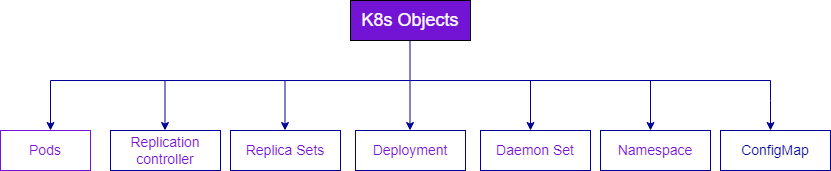
Above: Page_images/K8s_objects.drawio.png in dikshita-git/RP_Study-on-Ingress-and-its-security-IPv4-IPv6- (draw.io), before the change. Source tidied: cells renumbered, new cells last; positions are measured from the earlier drawing's top-left corner, leaving out a move shared by most shapes.
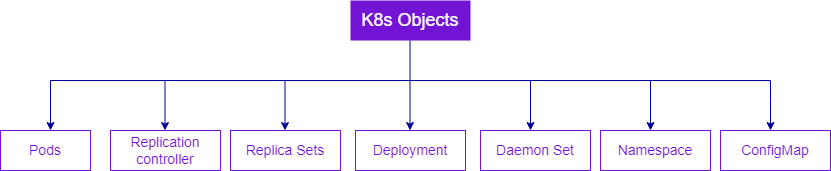
Later version of the same file.

Change to the diagram source:
```diff
@@ -2,7 +2,7 @@
   <root>
     <mxCell id="0" />
     <mxCell id="1" parent="0" />
-    <mxCell id="2" value="&lt;font style=&quot;font-size: 18px&quot; color=&quot;#ffffff&quot;&gt;K8s Objects&lt;/font&gt;" style="rounded=0;whiteSpace=wrap;html=1;fillColor=#7313D4;" parent="1" vertex="1">
+    <mxCell id="2" value="&lt;font style=&quot;font-size: 18px&quot; color=&quot;#ffffff&quot;&gt;K8s Objects&lt;/font&gt;" style="rounded=0;whiteSpace=wrap;html=1;fillColor=#7313D4;strokeColor=none;" parent="1" vertex="1">
       <mxGeometry x="350" width="120" height="40" as="geometry" />
     </mxCell>
     <mxCell id="3" style="endArrow=none;html=1;rounded=0;fontSize=18;strokeColor=#000099;" parent="1" edge="1">
@@ -65,22 +65,22 @@
     <mxCell id="12" value="&lt;font style=&quot;font-size: 14px&quot; color=&quot;#7313d4&quot;&gt;Pods&lt;/font&gt;" style="rounded=0;whiteSpace=wrap;html=1;strokeColor=#7313D4;" parent="1" vertex="1">
       <mxGeometry y="130" width="90" height="40" as="geometry" />
     </mxCell>
-    <mxCell id="13" value="&lt;font style=&quot;font-size: 14px&quot; color=&quot;#7313d4&quot;&gt;Replication controller&lt;/font&gt;" style="rounded=0;whiteSpace=wrap;html=1;strokeColor=#000099;" parent="1" vertex="1">
+    <mxCell id="13" value="&lt;font style=&quot;font-size: 14px&quot; color=&quot;#7313d4&quot;&gt;Replication controller&lt;/font&gt;" style="rounded=0;whiteSpace=wrap;html=1;strokeColor=#7313D4;" parent="1" vertex="1">
       <mxGeometry x="110" y="130" width="110" height="40" as="geometry" />
     </mxCell>
-    <mxCell id="14" value="&lt;font style=&quot;font-size: 14px&quot; color=&quot;#7313d4&quot;&gt;Replica Sets&lt;/font&gt;" style="rounded=0;whiteSpace=wrap;html=1;strokeColor=#000099;" parent="1" vertex="1">
+    <mxCell id="14" value="&lt;font style=&quot;font-size: 14px&quot; color=&quot;#7313d4&quot;&gt;Replica Sets&lt;/font&gt;" style="rounded=0;whiteSpace=wrap;html=1;strokeColor=#7313D4;" parent="1" vertex="1">
       <mxGeometry x="230" y="130" width="110" height="40" as="geometry" />
     </mxCell>
-    <mxCell id="15" value="&lt;span style=&quot;font-size: 14px&quot;&gt;&lt;font color=&quot;#7313d4&quot;&gt;Deployment&lt;/font&gt;&lt;/span&gt;" style="rounded=0;whiteSpace=wrap;html=1;strokeColor=#000099;" parent="1" vertex="1">
+    <mxCell id="15" value="&lt;span style=&quot;font-size: 14px&quot;&gt;&lt;font color=&quot;#7313d4&quot;&gt;Deployment&lt;/font&gt;&lt;/span&gt;" style="rounded=0;whiteSpace=wrap;html=1;strokeColor=#7313D4;" parent="1" vertex="1">
       <mxGeometry x="355" y="130" width="110" height="40" as="geometry" />
     </mxCell>
-    <mxCell id="16" value="&lt;span style=&quot;font-size: 14px&quot;&gt;&lt;font color=&quot;#7313d4&quot;&gt;Daemon Set&lt;/font&gt;&lt;/span&gt;" style="rounded=0;whiteSpace=wrap;html=1;strokeColor=#000099;" parent="1" vertex="1">
+    <mxCell id="16" value="&lt;span style=&quot;font-size: 14px&quot;&gt;&lt;font color=&quot;#7313d4&quot;&gt;Daemon Set&lt;/font&gt;&lt;/span&gt;" style="rounded=0;whiteSpace=wrap;html=1;strokeColor=#7313D4;" parent="1" vertex="1">
       <mxGeometry x="480" y="130" width="110" height="40" as="geometry" />
     </mxCell>
-    <mxCell id="17" value="&lt;span style=&quot;font-size: 14px&quot;&gt;&lt;font color=&quot;#7313d4&quot;&gt;Namespace&lt;/font&gt;&lt;/span&gt;" style="rounded=0;whiteSpace=wrap;html=1;strokeColor=#000099;" parent="1" vertex="1">
+    <mxCell id="17" value="&lt;span style=&quot;font-size: 14px&quot;&gt;&lt;font color=&quot;#7313d4&quot;&gt;Namespace&lt;/font&gt;&lt;/span&gt;" style="rounded=0;whiteSpace=wrap;html=1;strokeColor=#7313D4;" parent="1" vertex="1">
       <mxGeometry x="600" y="130" width="110" height="40" as="geometry" />
     </mxCell>
-    <mxCell id="18" value="&lt;span style=&quot;font-size: 14px&quot;&gt;&lt;font color=&quot;#000099&quot;&gt;ConfigMap&lt;/font&gt;&lt;/span&gt;" style="rounded=0;whiteSpace=wrap;html=1;strokeColor=#000099;" parent="1" vertex="1">
+    <mxCell id="18" value="&lt;span style=&quot;font-size: 14px&quot;&gt;&lt;font color=&quot;#7313d4&quot;&gt;ConfigMap&lt;/font&gt;&lt;/span&gt;" style="rounded=0;whiteSpace=wrap;html=1;strokeColor=#7313D4;" parent="1" vertex="1">
       <mxGeometry x="720" y="130" width="110" height="40" as="geometry" />
     </mxCell>
   </root>
```
